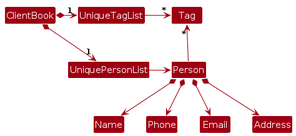
The PlantUML diagram diagrams/BetterModelClassDiagram.png in AY2627S1-CS2103T-F14a-4/tp, before a commit. Its source is kept beside it as diagrams/BetterModelClassDiagram.puml.
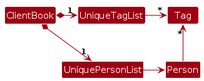
The same file after the commit.

The edit, as a diff of the source:
```diff
@@ -7,15 +7,9 @@
 ClientBook *-right-> "1" UniquePersonList
 ClientBook *-right-> "1" UniqueTagList
 UniqueTagList -[hidden]down- UniquePersonList
-UniqueTagList -[hidden]down- UniquePersonList
 
 UniqueTagList -right-> "*" Tag
 UniquePersonList -right-> Person
 
 Person -up-> "*" Tag
-
-Person *--> Name
-Person *--> Phone
-Person *--> Email
-Person *--> Address
 @enduml
```
